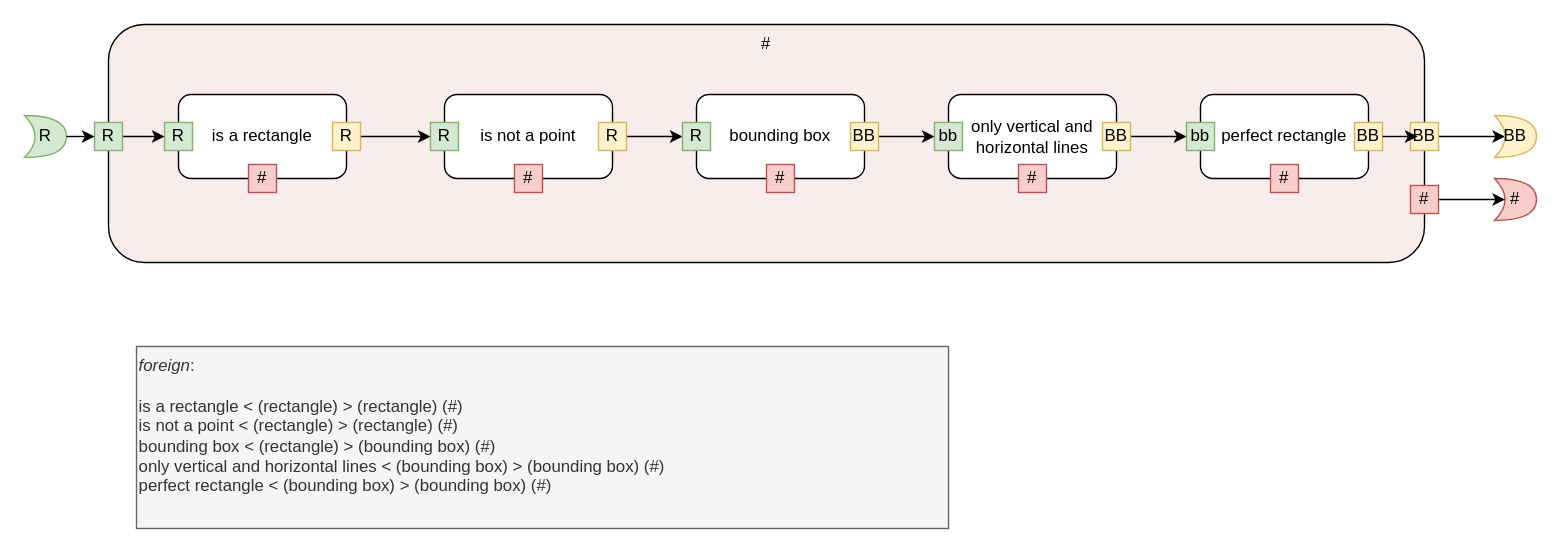
The draw.io diagram page "check" (8 of 29) of intersection.drawio in guitarvydas/dasl, before the edit. Source tidied: cells renumbered, new cells numbered last; positions are measured from the earlier drawing's top-left corner, leaving out a move shared by most shapes. Both pictures are drawn from the tidied source at 140%, with x=0, y=0 at pixel (24, 24).
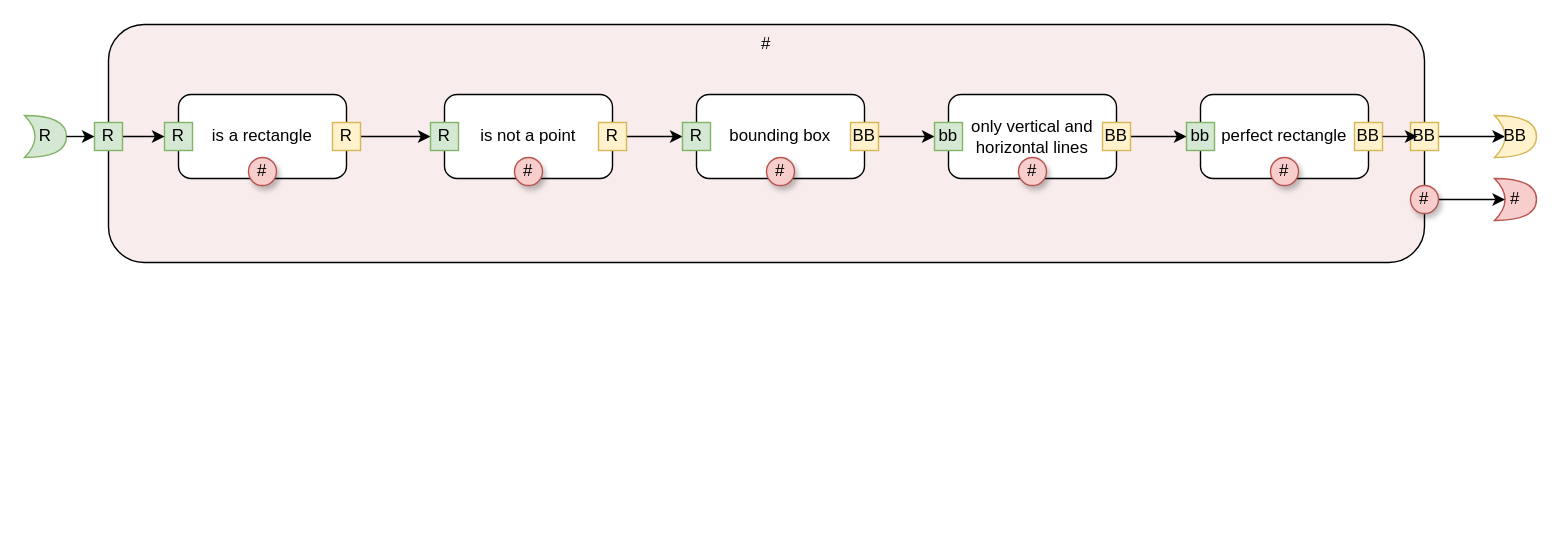
After the change.

The change refers to these unchanged cells:
```xml
<mxCell id="31" value="#" style="shape=xor;whiteSpace=wrap;html=1;fillColor=#f8cecc;strokeColor=#b85450;" parent="1" vertex="1">
  <mxGeometry x="1050" y="110" width="30" height="30" as="geometry" />
</mxCell>
```

What changed in the source:
```diff
@@
-    <mxCell id="11" value="#" style="rounded=0;whiteSpace=wrap;html=1;fillColor=#f8cecc;strokeColor=#b85450;" parent="1" vertex="1">
-      <mxGeometry x="160" y="100" width="20" height="20" as="geometry" />
-    </mxCell>
-    <mxCell id="12" value="#" style="rounded=0;whiteSpace=wrap;html=1;fillColor=#f8cecc;strokeColor=#b85450;" parent="1" vertex="1">
-      <mxGeometry x="350" y="100" width="20" height="20" as="geometry" />
-    </mxCell>
@@
-    <mxCell id="17" value="#" style="rounded=0;whiteSpace=wrap;html=1;fillColor=#f8cecc;strokeColor=#b85450;" parent="1" vertex="1">
-      <mxGeometry x="530" y="100" width="20" height="20" as="geometry" />
-    </mxCell>
@@
-    <mxCell id="22" value="#" style="rounded=0;whiteSpace=wrap;html=1;fillColor=#f8cecc;strokeColor=#b85450;" parent="1" vertex="1">
-      <mxGeometry x="710" y="100" width="20" height="20" as="geometry" />
-    </mxCell>
@@
-    <mxCell id="27" value="#" style="rounded=0;whiteSpace=wrap;html=1;fillColor=#f8cecc;strokeColor=#b85450;" parent="1" vertex="1">
-      <mxGeometry x="890" y="100" width="20" height="20" as="geometry" />
-    </mxCell>
@@
-    <mxCell id="32" value="&lt;i&gt;foreign&lt;/i&gt;:&lt;br&gt;&lt;br&gt;is a rectangle &amp;lt; (rectangle) &amp;gt; (rectangle) (#)&lt;br&gt;is not a point &amp;lt; (rectangle) &amp;gt; (rectangle) (#)&lt;br&gt;bounding box &amp;lt; (rectangle) &amp;gt; (bounding box) (#)&lt;br&gt;only vertical and horizontal lines &amp;lt; (bounding box) &amp;gt; (bounding box) (#)&lt;br&gt;perfect rectangle &amp;lt; (bounding box) &amp;gt; (bounding box) (#)&lt;br&gt;" style="rounded=0;whiteSpace=wrap;html=1;fillColor=#f5f5f5;strokeColor=#666666;fontColor=#333333;align=left;verticalAlign=top;" parent="1" vertex="1">
-      <mxGeometry x="80" y="230" width="580" height="130" as="geometry" />
-    </mxCell>
@@
-    <mxCell id="35" style="edgeStyle=orthogonalEdgeStyle;rounded=0;jettySize=auto;html=1;entryX=0.25;entryY=0.5;entryDx=0;entryDy=0;entryPerimeter=0;strokeColor=#000000;strokeWidth=1;" parent="1" edge="1" source="36" target="31">
-      <mxGeometry relative="1" as="geometry" />
-    </mxCell>
-    <mxCell id="36" value="#" style="rounded=0;whiteSpace=wrap;html=1;fillColor=#f8cecc;strokeColor=#b85450;" parent="1" vertex="1">
-      <mxGeometry x="990" y="115" width="20" height="20" as="geometry" />
-    </mxCell>
@@
+    <mxCell id="39" value="#" style="ellipse;whiteSpace=wrap;html=1;shadow=1;fillColor=#f8cecc;strokeColor=#b85450;" parent="1" vertex="1">
+      <mxGeometry x="890" y="95" width="20" height="20" as="geometry" />
+    </mxCell>
+    <mxCell id="40" value="#" style="ellipse;whiteSpace=wrap;html=1;shadow=1;fillColor=#f8cecc;strokeColor=#b85450;" parent="1" vertex="1">
+      <mxGeometry x="710" y="95" width="20" height="20" as="geometry" />
+    </mxCell>
+    <mxCell id="41" value="#" style="ellipse;whiteSpace=wrap;html=1;shadow=1;fillColor=#f8cecc;strokeColor=#b85450;" parent="1" vertex="1">
+      <mxGeometry x="530" y="95" width="20" height="20" as="geometry" />
+    </mxCell>
+    <mxCell id="42" value="#" style="ellipse;whiteSpace=wrap;html=1;shadow=1;fillColor=#f8cecc;strokeColor=#b85450;" parent="1" vertex="1">
+      <mxGeometry x="350" y="95" width="20" height="20" as="geometry" />
+    </mxCell>
+    <mxCell id="43" value="#" style="ellipse;whiteSpace=wrap;html=1;shadow=1;fillColor=#f8cecc;strokeColor=#b85450;" parent="1" vertex="1">
+      <mxGeometry x="160" y="95" width="20" height="20" as="geometry" />
+    </mxCell>
+    <mxCell id="44" style="edgeStyle=orthogonalEdgeStyle;rounded=0;jettySize=auto;html=1;exitX=1;exitY=0.5;exitDx=0;exitDy=0;entryX=0.25;entryY=0.5;entryDx=0;entryDy=0;entryPerimeter=0;" parent="1" edge="1" source="45" target="31">
+      <mxGeometry relative="1" as="geometry" />
+    </mxCell>
+    <mxCell id="45" value="#" style="ellipse;whiteSpace=wrap;html=1;shadow=1;fillColor=#f8cecc;strokeColor=#b85450;" parent="1" vertex="1">
+      <mxGeometry x="990" y="115" width="20" height="20" as="geometry" />
+    </mxCell>
```
